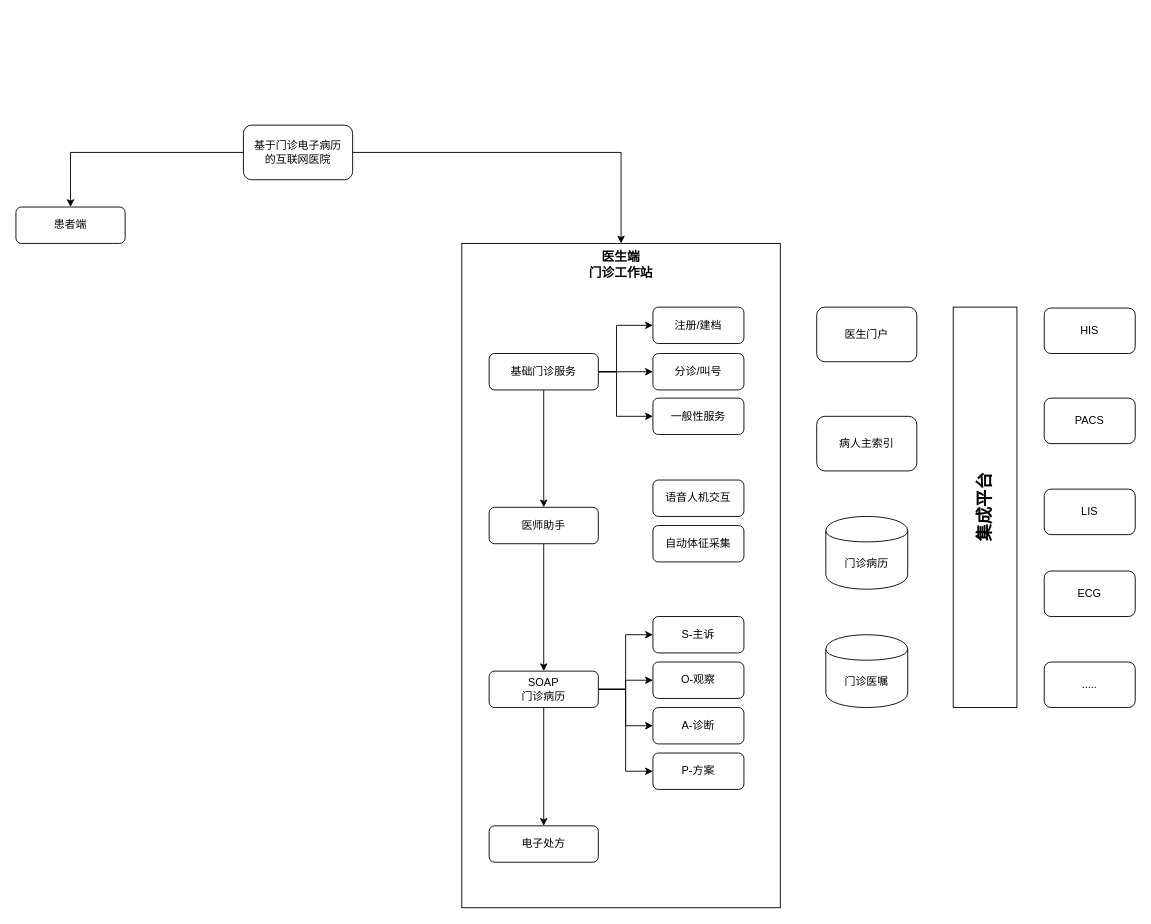
The draw.io diagram page "总架构" (1 of 2) of draws/门诊电子病历互联网医院设计.drawio in hebzhjg/ntl2020, before the edit. Source tidied: cells renumbered, new cells numbered last; positions are measured from the earlier drawing's top-left corner, leaving out a move shared by most shapes. Both pictures are drawn from the tidied source at 91%, with x=0, y=0 at pixel (15, 125).
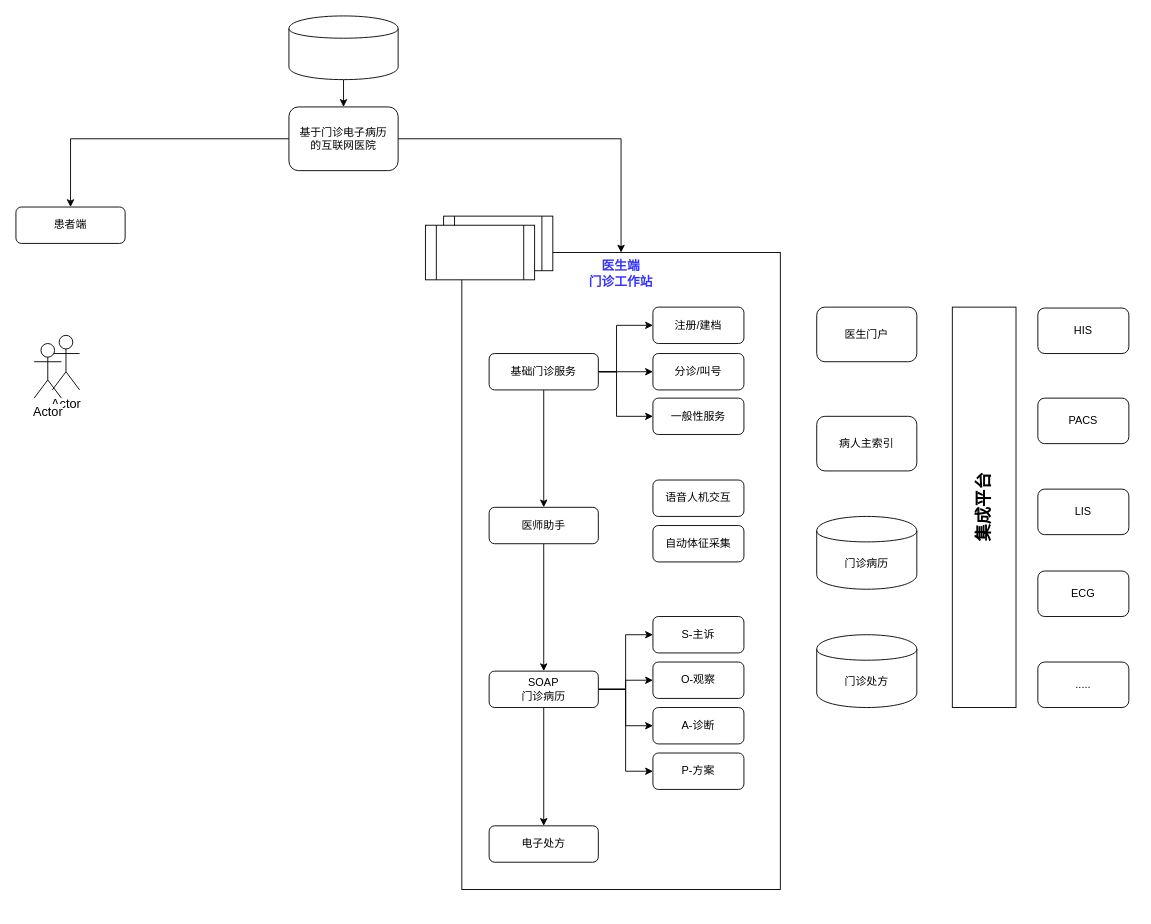
Above is the later version.

Change to the diagram source:
```diff
@@
     <mxCell id="4" value="基于门诊电子病历&lt;br&gt;的互联网医院" style="rounded=1;whiteSpace=wrap;html=1;" parent="1" vertex="1">
-      <mxGeometry x="250" width="120" height="60" as="geometry" />
+      <mxGeometry x="300" y="-20" width="120" height="70" as="geometry" />
     </mxCell>
@@
-    <mxCell id="7" value="医生端&lt;br style=&quot;font-size: 14px;&quot;&gt;门诊工作站" style="rounded=0;whiteSpace=wrap;html=1;verticalAlign=top;fontStyle=1;fontSize=14;" parent="1" vertex="1">
-      <mxGeometry x="490" y="130" width="350" height="730" as="geometry" />
+    <mxCell id="7" value="医生端&lt;br style=&quot;font-size: 14px;&quot;&gt;门诊工作站" style="rounded=0;whiteSpace=wrap;html=1;verticalAlign=top;fontStyle=1;fontSize=14;fontColor=#3333FF;" parent="1" vertex="1">
+      <mxGeometry x="490" y="140" width="350" height="700" as="geometry" />
     </mxCell>
@@
     <mxCell id="32" value="门诊病历" style="shape=cylinder;whiteSpace=wrap;html=1;boundedLbl=1;backgroundOutline=1;rounded=0;" parent="1" vertex="1">
-      <mxGeometry x="890" y="430" width="90" height="80" as="geometry" />
+      <mxGeometry x="880" y="430" width="110" height="80" as="geometry" />
     </mxCell>
-    <mxCell id="33" value="门诊医嘱" style="shape=cylinder;whiteSpace=wrap;html=1;boundedLbl=1;backgroundOutline=1;rounded=0;" parent="1" vertex="1">
-      <mxGeometry x="890" y="560" width="90" height="80" as="geometry" />
+    <mxCell id="33" value="门诊处方" style="shape=cylinder;whiteSpace=wrap;html=1;boundedLbl=1;backgroundOutline=1;rounded=0;" parent="1" vertex="1">
+      <mxGeometry x="880" y="560" width="110" height="80" as="geometry" />
     </mxCell>
     <mxCell id="34" value="LIS" style="rounded=1;whiteSpace=wrap;html=1;" parent="1" vertex="1">
-      <mxGeometry x="1130" y="400" width="100" height="50" as="geometry" />
+      <mxGeometry x="1123" y="400" width="100" height="50" as="geometry" />
     </mxCell>
     <mxCell id="35" value="PACS" style="rounded=1;whiteSpace=wrap;html=1;" parent="1" vertex="1">
-      <mxGeometry x="1130" y="300" width="100" height="50" as="geometry" />
+      <mxGeometry x="1123" y="300" width="100" height="50" as="geometry" />
     </mxCell>
     <mxCell id="36" value="HIS" style="rounded=1;whiteSpace=wrap;html=1;" parent="1" vertex="1">
-      <mxGeometry x="1130" y="201" width="100" height="50" as="geometry" />
+      <mxGeometry x="1123" y="201" width="100" height="50" as="geometry" />
     </mxCell>
     <mxCell id="37" value="ECG" style="rounded=1;whiteSpace=wrap;html=1;" parent="1" vertex="1">
-      <mxGeometry x="1130" y="490" width="100" height="50" as="geometry" />
+      <mxGeometry x="1123" y="490" width="100" height="50" as="geometry" />
     </mxCell>
     <mxCell id="38" value="集成平台" style="rounded=0;whiteSpace=wrap;html=1;verticalAlign=middle;horizontal=0;fontSize=19;align=center;fontStyle=1;" parent="1" vertex="1">
-      <mxGeometry x="1030" y="200" width="70" height="440" as="geometry" />
+      <mxGeometry x="1029" y="200" width="70" height="440" as="geometry" />
     </mxCell>
     <mxCell id="39" value="....." style="rounded=1;whiteSpace=wrap;html=1;" parent="1" vertex="1">
-      <mxGeometry x="1130" y="590" width="100" height="50" as="geometry" />
+      <mxGeometry x="1123" y="590" width="100" height="50" as="geometry" />
     </mxCell>
@@
+    <mxCell id="41" value="Actor" style="shape=umlActor;verticalLabelPosition=bottom;labelBackgroundColor=#ffffff;verticalAlign=top;html=1;rounded=0;shadow=0;fontSize=14;align=center;" parent="1" vertex="1">
+      <mxGeometry x="40" y="231" width="30" height="60" as="geometry" />
+    </mxCell>
+    <mxCell id="42" value="Actor" style="shape=umlActor;verticalLabelPosition=bottom;labelBackgroundColor=#ffffff;verticalAlign=top;html=1;rounded=0;shadow=0;fontSize=14;align=center;" parent="1" vertex="1">
+      <mxGeometry x="20" y="240" width="30" height="60" as="geometry" />
+    </mxCell>
+    <mxCell id="43" style="shape=process;whiteSpace=wrap;html=1;backgroundOutline=1;rounded=0;shadow=0;fontSize=14;align=center;" parent="1" vertex="1">
+      <mxGeometry x="470" y="100" width="120" height="60" as="geometry" />
+    </mxCell>
+    <mxCell id="44" style="shape=process;whiteSpace=wrap;html=1;backgroundOutline=1;rounded=0;shadow=0;fontSize=14;align=center;" parent="1" vertex="1">
+      <mxGeometry x="450" y="110" width="120" height="60" as="geometry" />
+    </mxCell>
+    <mxCell id="45" style="edgeStyle=orthogonalEdgeStyle;rounded=0;jettySize=auto;html=1;exitX=0.5;exitY=1;exitDx=0;exitDy=0;entryX=0.5;entryY=0;entryDx=0;entryDy=0;fontSize=14;" parent="1" edge="1" source="46" target="4">
+      <mxGeometry relative="1" as="geometry" />
+    </mxCell>
+    <mxCell id="46" style="shape=cylinder;whiteSpace=wrap;html=1;boundedLbl=1;backgroundOutline=1;rounded=0;shadow=0;fontSize=14;align=center;" parent="1" vertex="1">
+      <mxGeometry x="300" y="-120" width="120" height="70" as="geometry" />
+    </mxCell>
```
